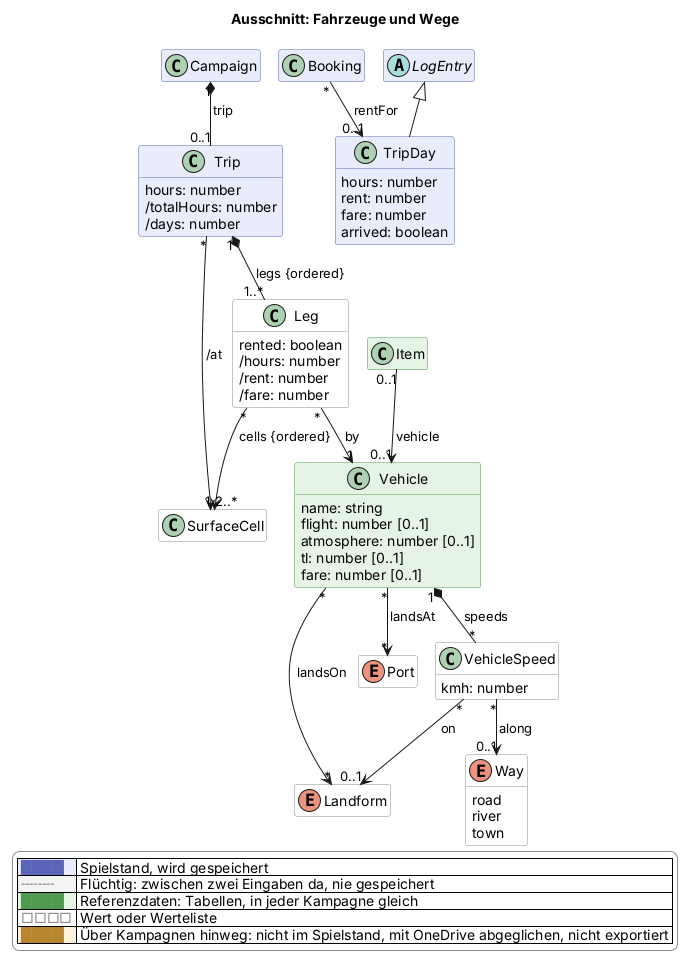
Above: docs/views/logistik.png in scuzzar/SRE (PlantUML), before the change.
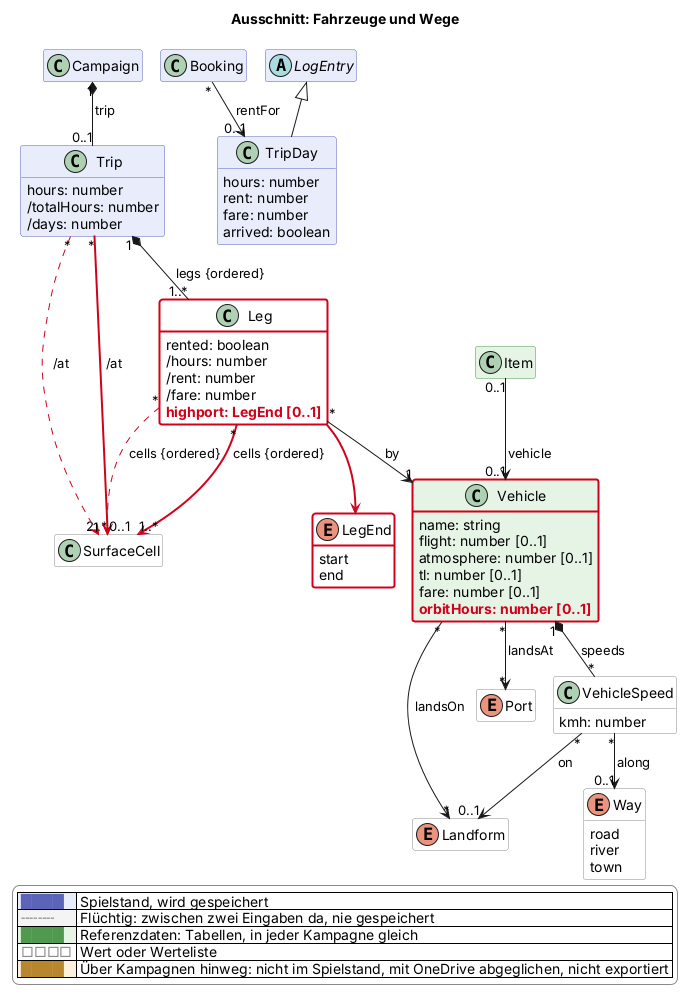
The same file after the commit.

What changed in the source:
```diff
@@ -92,6 +92,7 @@
     atmosphere: number [0..1]
     tl: number [0..1]
     fare: number [0..1]
+    $new("2026-11-28b", "orbitHours: number [0..1]")
   }
   class VehicleSpeed <<value>> $logistik {
     kmh: number
@@ -106,6 +107,11 @@
     /hours: number
     /rent: number
     /fare: number
+    $new("2026-11-28b", "highport: LegEnd [0..1]")
+  }
+  enum LegEnd <<value>> $logistik $newClass("2026-11-28b") {
+    start
+    end
   }
   class TripDay $logistik {
     hours: number
@@ -135,8 +141,11 @@
 Campaign "1" *-- "0..1" Trip : trip
 Trip "1" *-- "1..*" Leg : legs {ordered}
 Leg "*" --> "1" Vehicle : by
-Leg "*" --> "2..*" SurfaceCell : cells {ordered}
-Trip "*" --> "1" SurfaceCell : /at
+Leg "*" -$goneArrow("2026-11-28b")-> "2..*" SurfaceCell : cells {ordered}
+Leg "*" -$newArrow("2026-11-28b")-> "1..*" SurfaceCell : cells {ordered}
+Leg -$newArrow("2026-11-28b")-> LegEnd
+Trip "*" -$goneArrow("2026-11-28b")-> "1" SurfaceCell : /at
+Trip "*" -$newArrow("2026-11-28b")-> "0..1" SurfaceCell : /at
 LogEntry <|-- TripDay
 Booking "*" --> "0..1" TripDay : rentFor
 
@@ -155,4 +164,6 @@
   |<#ffffff> <color:#8a8a8a>□□□□</color> | Wert oder Werteliste |
   |<#fdf1dc> <color:#b8862e>████</color> | Über Kampagnen hinweg: nicht im Spielstand, mit OneDrive abgeglichen, nicht exportiert |
 endlegend
+class Vehicle #line:d0021b;line.bold
+class Leg #line:d0021b;line.bold
 @enduml
```
